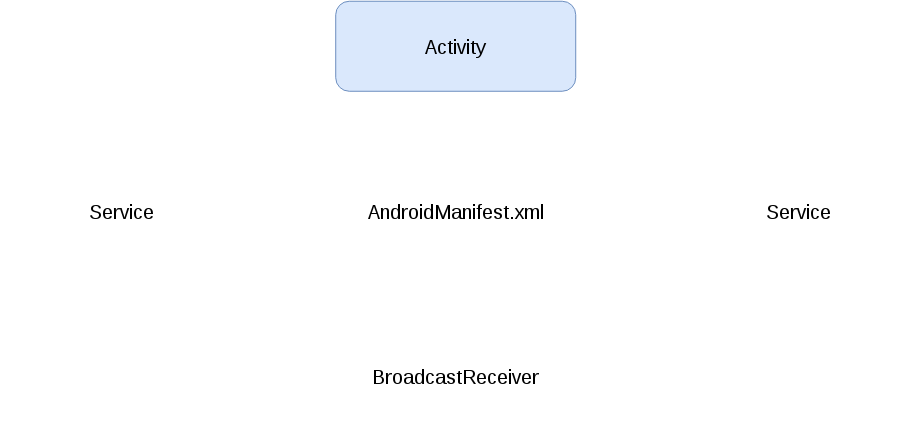
Above: components_overview_activity.png in siyb/tw-mad-1-activities-and-fragments (draw.io), before the change. Source tidied: cells renumbered, new cells last; positions are measured from the earlier drawing's top-left corner, leaving out a move shared by most shapes. The source it was exported from:
```xml
<mxGraphModel>
  <root>
    <mxCell id="0" style="html=1;" />
    <mxCell id="1" style="html=1;" parent="0" />
    <mxCell id="2" style="strokeWidth=1;strokeColor=#FFFFFF;html=1;" parent="1" edge="1" source="6" target="4">
      <mxGeometry relative="1" as="geometry" />
    </mxCell>
    <mxCell id="3" style="strokeWidth=1;strokeColor=#FFFFFF;html=1;" parent="1" edge="1" source="5" target="4">
      <mxGeometry relative="1" as="geometry" />
    </mxCell>
    <mxCell id="4" value="AndroidManifest.xml" style="rounded=1;fillColor=#ffffff;gradientColor=none;gradientDirection=north;fontFamily=Helvetica;fontSize=20;fontColor=#000000;fontStyle=0;shadow=0;strokeColor=#FFFFFF;html=1;strokeWidth=1;" parent="1" vertex="1">
      <mxGeometry x="301" y="167" width="307" height="86" as="geometry" />
    </mxCell>
    <mxCell id="5" value="Service" style="rounded=1;fillColor=#ffffff;gradientColor=none;gradientDirection=north;fontFamily=Helvetica;fontSize=20;fontColor=#000000;fontStyle=0;shadow=0;strokeColor=#FFFFFF;html=1;strokeWidth=1;" parent="1" vertex="1">
      <mxGeometry x="677.2" y="164.8" width="240" height="90" as="geometry" />
    </mxCell>
    <mxCell id="6" value="Activity" style="rounded=1;fillColor=#dae8fc;gradientDirection=north;fontFamily=Helvetica;fontSize=20;fontColor=#000000;fontStyle=0;shadow=0;strokeColor=#6c8ebf;html=1;strokeWidth=1;" parent="1" vertex="1">
      <mxGeometry x="334.2" y="-0.2" width="240" height="90" as="geometry" />
    </mxCell>
    <mxCell id="7" value="BroadcastReceiver" style="rounded=1;fillColor=#ffffff;gradientColor=none;gradientDirection=north;fontFamily=Helvetica;fontSize=20;fontColor=#000000;fontStyle=0;shadow=0;strokeColor=#FFFFFF;html=1;strokeWidth=1;" parent="1" vertex="1">
      <mxGeometry x="334.2" y="329.8" width="240" height="90" as="geometry" />
    </mxCell>
    <mxCell id="8" style="strokeWidth=1;strokeColor=#FFFFFF;html=1;exitX=0.5;exitY=0;entryX=0.5;entryY=1;" parent="1" edge="1" source="7" target="4">
      <mxGeometry x="730" y="323.6" as="geometry" />
    </mxCell>
    <mxCell id="9" value="Service" style="rounded=1;fillColor=#ffffff;gradientColor=none;gradientDirection=north;fontFamily=Helvetica;fontSize=20;fontColor=#000000;fontStyle=0;shadow=0;strokeColor=#FFFFFF;html=1;strokeWidth=1;" parent="1" vertex="1">
      <mxGeometry x="0.2" y="164.8" width="240" height="90" as="geometry" />
    </mxCell>
    <mxCell id="10" style="strokeWidth=1;strokeColor=#FFFFFF;html=1;exitX=1;exitY=0.5;entryX=0;entryY=0.5;" parent="1" edge="1" source="9" target="4">
      <mxGeometry x="730" y="323.6" as="geometry" />
    </mxCell>
  </root>
</mxGraphModel>
```
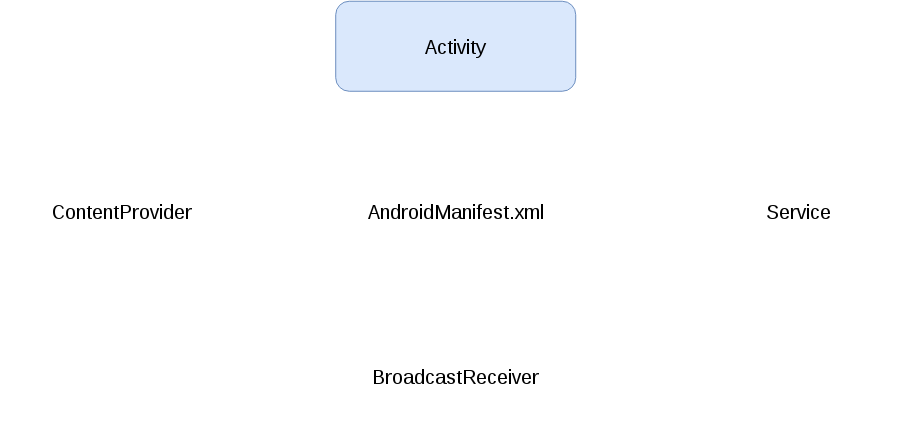
After the change.

Commit message:
fixed component diagram

The edit, as a diff of the source:
```diff
@@ -23,7 +23,7 @@
     <mxCell id="8" style="strokeWidth=1;strokeColor=#FFFFFF;html=1;exitX=0.5;exitY=0;entryX=0.5;entryY=1;" parent="1" edge="1" source="7" target="4">
       <mxGeometry x="730" y="323.6" as="geometry" />
     </mxCell>
-    <mxCell id="9" value="Service" style="rounded=1;fillColor=#ffffff;gradientColor=none;gradientDirection=north;fontFamily=Helvetica;fontSize=20;fontColor=#000000;fontStyle=0;shadow=0;strokeColor=#FFFFFF;html=1;strokeWidth=1;" parent="1" vertex="1">
+    <mxCell id="9" value="ContentProvider" style="rounded=1;fillColor=#ffffff;gradientColor=none;gradientDirection=north;fontFamily=Helvetica;fontSize=20;fontColor=#000000;fontStyle=0;shadow=0;strokeColor=#FFFFFF;html=1;strokeWidth=1;" parent="1" vertex="1">
       <mxGeometry x="0.2" y="164.8" width="240" height="90" as="geometry" />
     </mxCell>
     <mxCell id="10" style="strokeWidth=1;strokeColor=#FFFFFF;html=1;exitX=1;exitY=0.5;entryX=0;entryY=0.5;" parent="1" edge="1" source="9" target="4">
```
